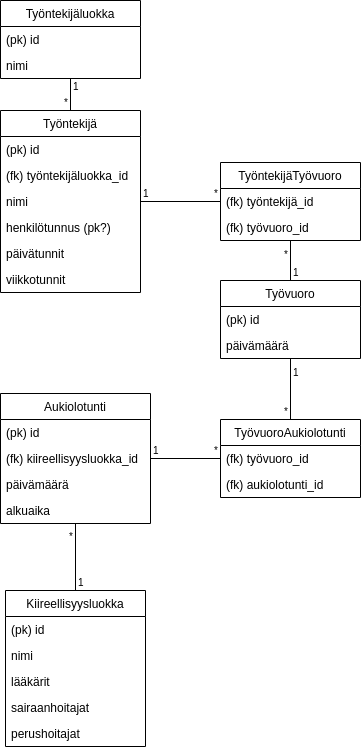
Above: documentation/diagram.png in essitepp/laakariaseman-tyovuorolista (draw.io), before the change. Source tidied: cells renumbered, new cells last; positions are measured from the earlier drawing's top-left corner, leaving out a move shared by most shapes.
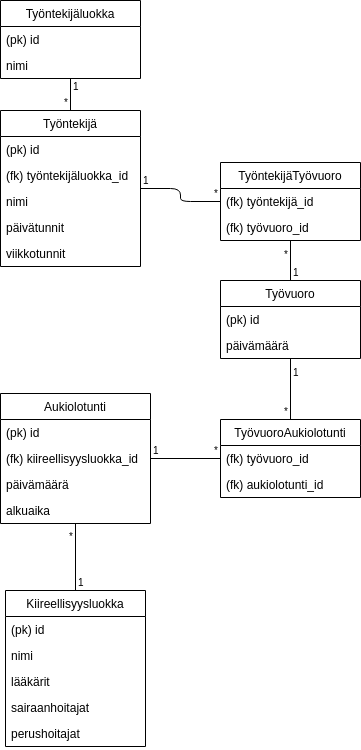
Above is the later version.

Change to the diagram source:
```diff
@@ -12,7 +12,7 @@
       <mxGeometry y="52" width="140" height="26" as="geometry" />
     </mxCell>
     <mxCell id="5" value="Työntekijä" style="swimlane;fontStyle=0;horizontal=1;startSize=26;fillColor=none;" parent="1" vertex="1">
-      <mxGeometry y="110" width="140" height="182" as="geometry" />
+      <mxGeometry y="110" width="140" height="156" as="geometry" />
     </mxCell>
     <mxCell id="6" value="(pk) id" style="text;strokeColor=none;fillColor=none;align=left;verticalAlign=top;spacingLeft=4;spacingRight=4;overflow=hidden;" parent="5" vertex="1">
       <mxGeometry y="26" width="140" height="26" as="geometry" />
@@ -23,14 +23,11 @@
     <mxCell id="8" value="nimi" style="text;strokeColor=none;fillColor=none;align=left;verticalAlign=top;spacingLeft=4;spacingRight=4;overflow=hidden;" parent="5" vertex="1">
       <mxGeometry y="78" width="140" height="26" as="geometry" />
     </mxCell>
-    <mxCell id="9" value="henkilötunnus (pk?)" style="text;strokeColor=none;fillColor=none;align=left;verticalAlign=top;spacingLeft=4;spacingRight=4;overflow=hidden;" parent="5" vertex="1">
-      <mxGeometry y="104" width="140" height="26" as="geometry" />
-    </mxCell>
     <mxCell id="10" value="päivätunnit" style="text;strokeColor=none;fillColor=none;align=left;verticalAlign=top;spacingLeft=4;spacingRight=4;overflow=hidden;" parent="5" vertex="1">
-      <mxGeometry y="130" width="140" height="26" as="geometry" />
+      <mxGeometry y="104" width="140" height="26" as="geometry" />
     </mxCell>
     <mxCell id="11" value="viikkotunnit" style="text;strokeColor=none;fillColor=none;align=left;verticalAlign=top;spacingLeft=4;spacingRight=4;overflow=hidden;" parent="5" vertex="1">
-      <mxGeometry y="156" width="140" height="26" as="geometry" />
+      <mxGeometry y="130" width="140" height="26" as="geometry" />
     </mxCell>
     <mxCell id="12" value="Työvuoro" style="swimlane;fontStyle=0;horizontal=1;startSize=26;fillColor=none;" parent="1" vertex="1">
       <mxGeometry x="220" y="280" width="140" height="78" as="geometry" />
```
